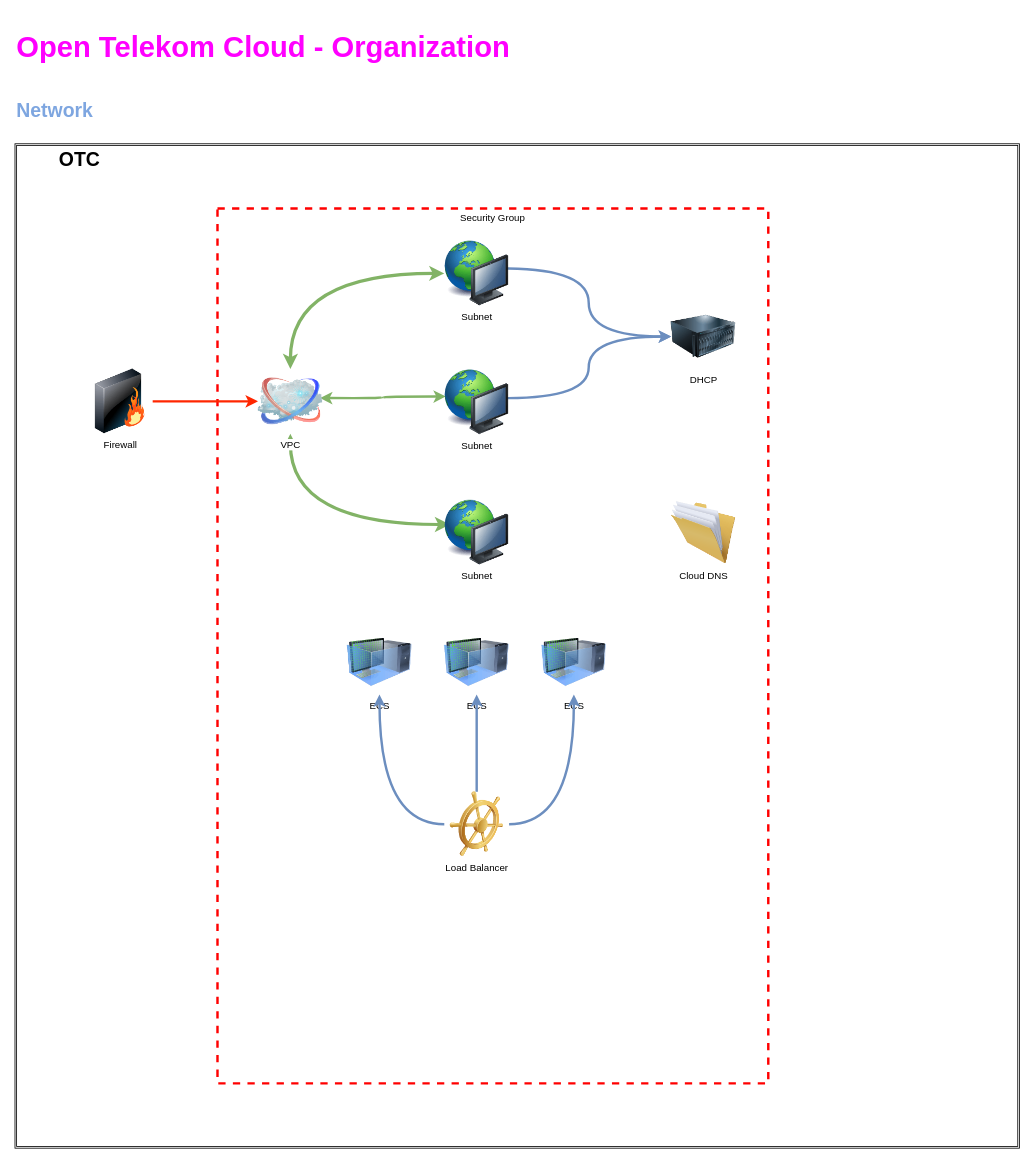
Before: page "Network" (4 of 4) of Organisation.drawio in themue/OTC, a draw.io diagram. Source tidied: cells renumbered, new cells numbered last; positions are measured from the earlier drawing's top-left corner, leaving out a move shared by most shapes. Both pictures are drawn from the tidied source at 81%, with x=0, y=0 at pixel (15, 14).
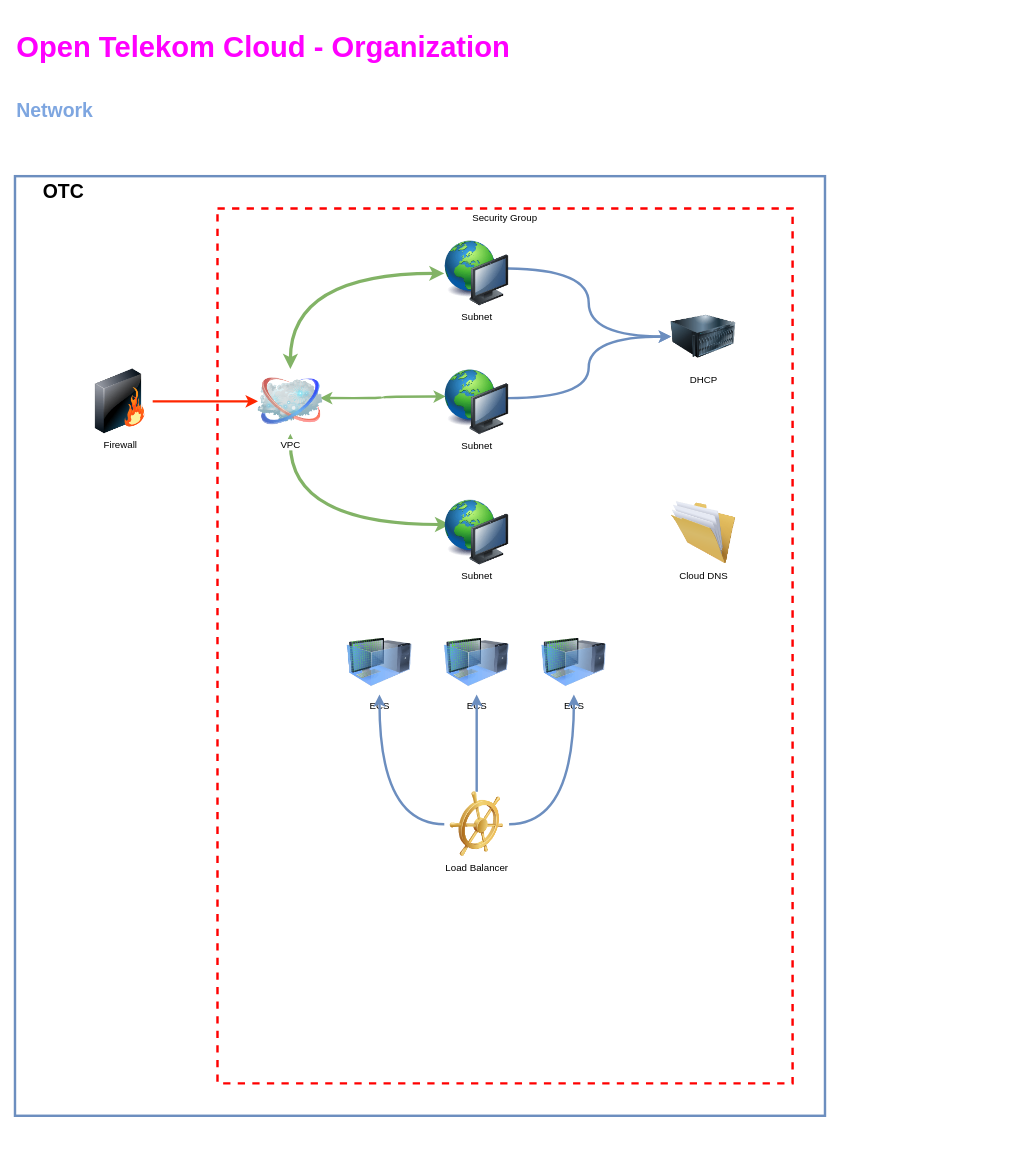
After the change.

Change to the diagram source:
```diff
@@
-    <mxCell id="2" style="shape=ext;double=1;whiteSpace=wrap;html=1;" parent="1" vertex="1">
-      <mxGeometry y="160" width="1240" height="1240" as="geometry" />
-    </mxCell>
@@
     <mxCell id="5" value="Security Group" style="fontStyle=0;verticalAlign=top;align=center;spacingTop=-2;fillColor=none;rounded=0;whiteSpace=wrap;html=1;strokeColor=#FF0000;strokeWidth=3;dashed=1;" parent="1" vertex="1">
-      <mxGeometry x="250" y="240" width="680" height="1080" as="geometry" />
+      <mxGeometry x="250" y="240" width="710" height="1080" as="geometry" />
     </mxCell>
@@
     <mxCell id="26" value="OTC" style="text;html=1;align=center;verticalAlign=middle;whiteSpace=wrap;rounded=0;fontStyle=1;fontSize=24;" parent="1" vertex="1">
-      <mxGeometry y="160" width="160" height="40" as="geometry" />
+      <mxGeometry y="200" width="120" height="40" as="geometry" />
     </mxCell>
+    <mxCell id="27" style="rounded=0;whiteSpace=wrap;html=1;fillColor=none;strokeWidth=3;strokeColor=#6c8ebf;" parent="1" vertex="1">
+      <mxGeometry y="200" width="1000" height="1160" as="geometry" />
+    </mxCell>
```
